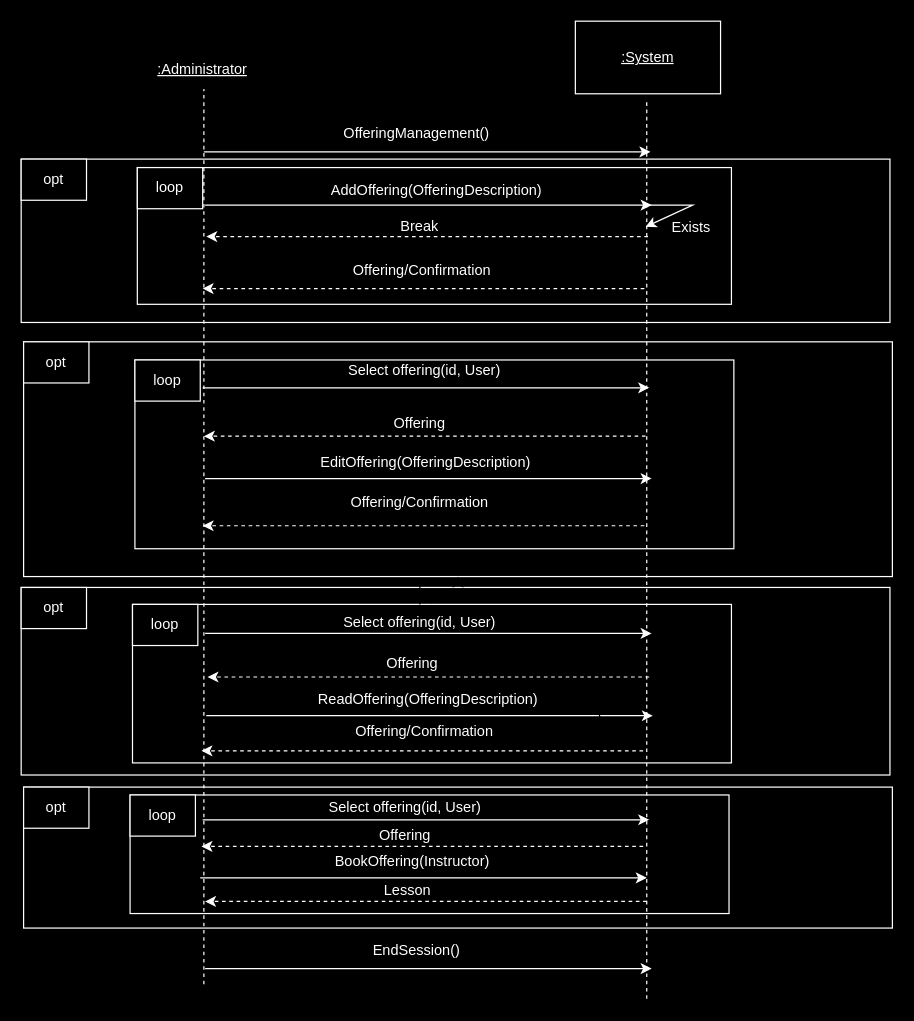
Above: Use Case 1/ssd_ProccessOfferings.drawio in matdavid7272/342project (draw.io), before the change. Source tidied: cells renumbered, new cells numbered last; positions are measured from the earlier drawing's top-left corner, leaving out a move shared by most shapes. Both pictures are drawn from the tidied source at 121%, with x=0, y=0 at pixel (21, 21).
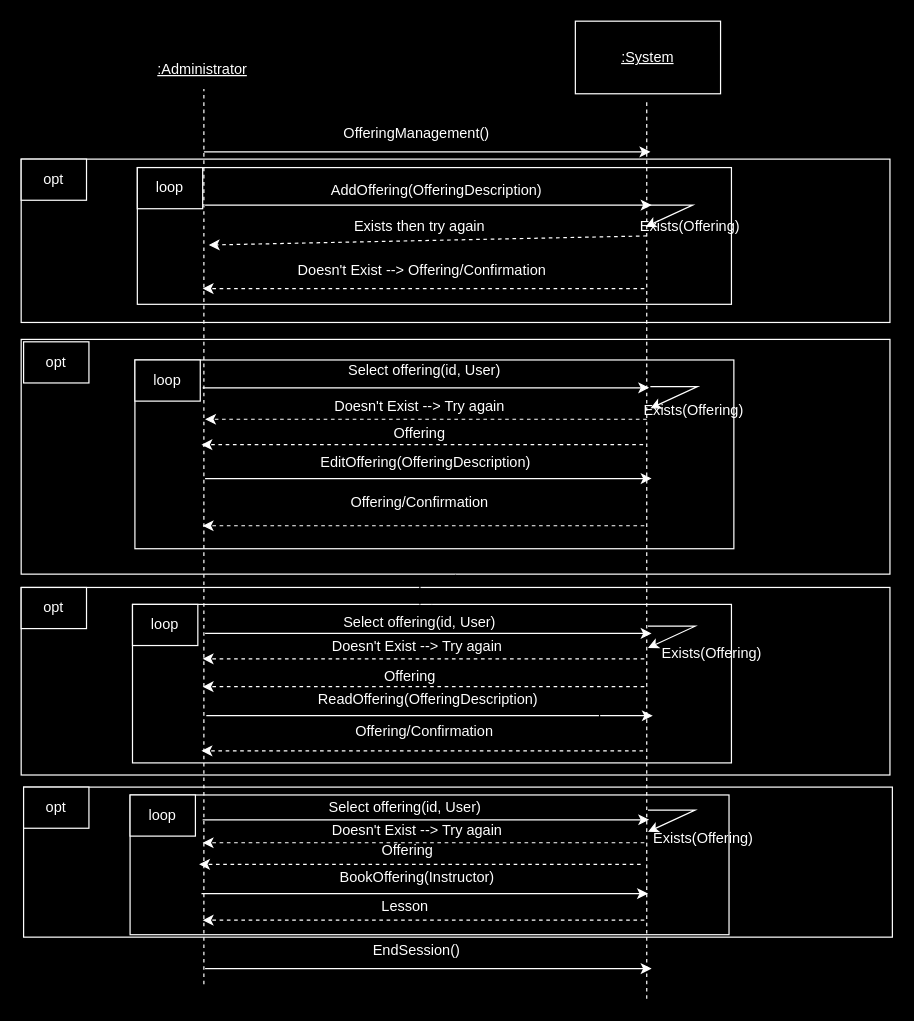
The same diagram, later.

The edit, as a diff of the source:
```diff
@@
     <mxCell id="2" style="rounded=0;whiteSpace=wrap;html=1;fillColor=#000000;strokeColor=#FFFFFF;" parent="1" vertex="1">
-      <mxGeometry x="2" y="633" width="718" height="116.5" as="geometry" />
+      <mxGeometry x="2" y="633" width="718" height="124" as="geometry" />
     </mxCell>
     <mxCell id="3" style="rounded=0;whiteSpace=wrap;html=1;fillColor=#000000;strokeColor=#FFFFFF;" parent="1" vertex="1">
-      <mxGeometry x="90" y="639.5" width="495" height="98" as="geometry" />
+      <mxGeometry x="90" y="639.5" width="495" height="115.5" as="geometry" />
     </mxCell>
     <mxCell id="4" value="&lt;font color=&quot;#ffffff&quot;&gt;BookOffering(Instructor)&lt;/font&gt;" style="text;html=1;align=center;verticalAlign=middle;whiteSpace=wrap;rounded=0;" parent="1" vertex="1">
-      <mxGeometry x="202" y="680" width="243" height="30" as="geometry" />
+      <mxGeometry x="205.5" y="693" width="243" height="30" as="geometry" />
     </mxCell>
     <mxCell id="5" style="endArrow=classic;html=1;rounded=0;strokeColor=#FFFFFF;" parent="1" edge="1">
       <mxGeometry relative="1" as="geometry">
-        <mxPoint x="148" y="708" as="sourcePoint" />
-        <mxPoint x="517" y="708" as="targetPoint" />
+        <mxPoint x="149" y="721" as="sourcePoint" />
+        <mxPoint x="518" y="721" as="targetPoint" />
       </mxGeometry>
     </mxCell>
     <mxCell id="6" style="endArrow=classic;html=1;rounded=0;strokeColor=#FFFFFF;dashed=1;" parent="1" edge="1">
       <mxGeometry relative="1" as="geometry">
-        <mxPoint x="517" y="727.5" as="sourcePoint" />
-        <mxPoint x="152" y="727.5" as="targetPoint" />
+        <mxPoint x="515" y="743" as="sourcePoint" />
+        <mxPoint x="150" y="743" as="targetPoint" />
       </mxGeometry>
     </mxCell>
     <mxCell id="7" value="&lt;font style=&quot;background-color: rgb(0, 0, 0);&quot; color=&quot;#ffffff&quot;&gt;Lesson&lt;/font&gt;" style="text;html=1;align=center;verticalAlign=middle;whiteSpace=wrap;rounded=0;" parent="1" vertex="1">
-      <mxGeometry x="198" y="703.5" width="243" height="30" as="geometry" />
+      <mxGeometry x="196" y="717" width="243" height="30" as="geometry" />
     </mxCell>
@@
     <mxCell id="19" style="rounded=0;whiteSpace=wrap;html=1;fillColor=#000000;strokeColor=#FFFFFF;" parent="1" vertex="1">
-      <mxGeometry x="2" y="265" width="718" height="194" as="geometry" />
+      <mxGeometry y="263" width="718" height="194" as="geometry" />
     </mxCell>
@@
-    <mxCell id="39" value="&lt;font style=&quot;background-color: rgb(0, 0, 0);&quot; color=&quot;#ffffff&quot;&gt;Offering/Confirmation&lt;/font&gt;" style="text;html=1;align=center;verticalAlign=middle;whiteSpace=wrap;rounded=0;" parent="1" vertex="1">
+    <mxCell id="39" value="&lt;font style=&quot;background-color: rgb(0, 0, 0);&quot; color=&quot;#ffffff&quot;&gt;Doesn't Exist --&amp;gt; Offering/Confirmation&lt;/font&gt;" style="text;html=1;align=center;verticalAlign=middle;whiteSpace=wrap;rounded=0;" parent="1" vertex="1">
       <mxGeometry x="210" y="191" width="243" height="30" as="geometry" />
     </mxCell>
@@
     <mxCell id="46" style="endArrow=classic;html=1;rounded=0;strokeColor=#FFFFFF;dashed=1;" parent="1" edge="1">
       <mxGeometry relative="1" as="geometry">
-        <mxPoint x="516" y="343" as="sourcePoint" />
-        <mxPoint x="151" y="343" as="targetPoint" />
+        <mxPoint x="514" y="350" as="sourcePoint" />
+        <mxPoint x="149" y="350" as="targetPoint" />
       </mxGeometry>
     </mxCell>
     <mxCell id="47" value="&lt;font color=&quot;#ffffff&quot;&gt;Offering&lt;/font&gt;" style="text;html=1;align=center;verticalAlign=middle;whiteSpace=wrap;rounded=0;" parent="1" vertex="1">
-      <mxGeometry x="208" y="318" width="243" height="30" as="geometry" />
+      <mxGeometry x="208" y="326" width="243" height="30" as="geometry" />
     </mxCell>
@@
     <mxCell id="49" style="endArrow=classic;html=1;rounded=0;strokeColor=#FFFFFF;dashed=1;" parent="1" edge="1">
       <mxGeometry relative="1" as="geometry">
-        <mxPoint x="519" y="542" as="sourcePoint" />
-        <mxPoint x="154" y="542" as="targetPoint" />
+        <mxPoint x="515" y="550" as="sourcePoint" />
+        <mxPoint x="150" y="550" as="targetPoint" />
       </mxGeometry>
     </mxCell>
@@
     <mxCell id="52" value="&lt;font color=&quot;#ffffff&quot;&gt;Offering&lt;/font&gt;" style="text;html=1;align=center;verticalAlign=middle;whiteSpace=wrap;rounded=0;" parent="1" vertex="1">
-      <mxGeometry x="202" y="516" width="243" height="30" as="geometry" />
+      <mxGeometry x="200" y="527" width="243" height="30" as="geometry" />
     </mxCell>
@@
     <mxCell id="54" style="endArrow=classic;html=1;rounded=0;strokeColor=#FFFFFF;dashed=1;" parent="1" edge="1">
       <mxGeometry relative="1" as="geometry">
-        <mxPoint x="514" y="682" as="sourcePoint" />
-        <mxPoint x="149" y="682" as="targetPoint" />
+        <mxPoint x="512" y="696.8" as="sourcePoint" />
+        <mxPoint x="147" y="696.8" as="targetPoint" />
       </mxGeometry>
     </mxCell>
     <mxCell id="55" value="&lt;font color=&quot;#ffffff&quot;&gt;Offering&lt;/font&gt;" style="text;html=1;align=center;verticalAlign=middle;whiteSpace=wrap;rounded=0;" parent="1" vertex="1">
-      <mxGeometry x="196" y="658" width="243" height="30" as="geometry" />
+      <mxGeometry x="198" y="671" width="243" height="30" as="geometry" />
     </mxCell>
@@
-    <mxCell id="58" value="&lt;font color=&quot;#ffffff&quot;&gt;Exists&lt;/font&gt;" style="text;html=1;align=center;verticalAlign=middle;whiteSpace=wrap;rounded=0;" parent="1" vertex="1">
-      <mxGeometry x="510" y="153" width="88" height="35" as="geometry" />
+    <mxCell id="58" value="&lt;font color=&quot;#ffffff&quot;&gt;Exists(Offering)&lt;/font&gt;" style="text;html=1;align=center;verticalAlign=middle;whiteSpace=wrap;rounded=0;" parent="1" vertex="1">
+      <mxGeometry x="509" y="152.5" width="88" height="35" as="geometry" />
     </mxCell>
     <mxCell id="59" style="endArrow=classic;html=1;rounded=0;strokeColor=#FFFFFF;dashed=1;exitX=0.091;exitY=0.714;exitDx=0;exitDy=0;exitPerimeter=0;" parent="1" edge="1" source="58">
       <mxGeometry relative="1" as="geometry">
-        <mxPoint x="153" y="178" as="targetPoint" />
+        <mxPoint x="155" y="185" as="targetPoint" />
       </mxGeometry>
     </mxCell>
-    <mxCell id="60" value="&lt;font style=&quot;background-color: rgb(0, 0, 0);&quot; color=&quot;#ffffff&quot;&gt;Break&lt;/font&gt;" style="text;html=1;align=center;verticalAlign=middle;whiteSpace=wrap;rounded=0;" parent="1" vertex="1">
+    <mxCell id="60" value="&lt;font style=&quot;background-color: rgb(0, 0, 0);&quot; color=&quot;#ffffff&quot;&gt;Exists then try again&lt;/font&gt;" style="text;html=1;align=center;verticalAlign=middle;whiteSpace=wrap;rounded=0;" parent="1" vertex="1">
       <mxGeometry x="208" y="155" width="243" height="30" as="geometry" />
     </mxCell>
+    <mxCell id="61" value="&lt;span style=&quot;color: rgb(255, 255, 255);&quot;&gt;Exists(Offering)&lt;/span&gt;" style="text;html=1;align=center;verticalAlign=middle;whiteSpace=wrap;rounded=0;" parent="1" vertex="1">
+      <mxGeometry x="512" y="304" width="88" height="35" as="geometry" />
+    </mxCell>
+    <mxCell id="62" style="endArrow=classic;html=1;rounded=0;strokeColor=#FFFFFF;" parent="1" edge="1">
+      <mxGeometry relative="1" as="geometry">
+        <mxPoint x="520" y="302" as="sourcePoint" />
+        <mxPoint x="520" y="320" as="targetPoint" />
+        <Array as="points">
+          <mxPoint x="559" y="302" />
+        </Array>
+      </mxGeometry>
+    </mxCell>
+    <mxCell id="63" style="endArrow=classic;html=1;rounded=0;strokeColor=#FFFFFF;dashed=1;" parent="1" edge="1">
+      <mxGeometry relative="1" as="geometry">
+        <mxPoint x="517" y="329" as="sourcePoint" />
+        <mxPoint x="152" y="329" as="targetPoint" />
+      </mxGeometry>
+    </mxCell>
+    <mxCell id="64" value="&lt;font color=&quot;#ffffff&quot;&gt;Doesn't Exist --&amp;gt; Try again&lt;/font&gt;" style="text;html=1;align=center;verticalAlign=middle;whiteSpace=wrap;rounded=0;" parent="1" vertex="1">
+      <mxGeometry x="208" y="304" width="243" height="30" as="geometry" />
+    </mxCell>
+    <mxCell id="65" style="endArrow=classic;html=1;rounded=0;strokeColor=#FFFFFF;" parent="1" edge="1">
+      <mxGeometry relative="1" as="geometry">
+        <mxPoint x="518" y="652" as="sourcePoint" />
+        <mxPoint x="518" y="670" as="targetPoint" />
+        <Array as="points">
+          <mxPoint x="557" y="652" />
+        </Array>
+      </mxGeometry>
+    </mxCell>
+    <mxCell id="66" style="endArrow=classic;html=1;rounded=0;strokeColor=#FFFFFF;dashed=1;" parent="1" edge="1">
+      <mxGeometry relative="1" as="geometry">
+        <mxPoint x="515" y="679" as="sourcePoint" />
+        <mxPoint x="150" y="679" as="targetPoint" />
+      </mxGeometry>
+    </mxCell>
+    <mxCell id="67" value="&lt;font color=&quot;#ffffff&quot;&gt;Doesn't Exist --&amp;gt; Try again&lt;/font&gt;" style="text;html=1;align=center;verticalAlign=middle;whiteSpace=wrap;rounded=0;" parent="1" vertex="1">
+      <mxGeometry x="206" y="654" width="243" height="30" as="geometry" />
+    </mxCell>
+    <mxCell id="68" style="endArrow=classic;html=1;rounded=0;strokeColor=#FFFFFF;" parent="1" edge="1">
+      <mxGeometry relative="1" as="geometry">
+        <mxPoint x="518" y="500" as="sourcePoint" />
+        <mxPoint x="518" y="518" as="targetPoint" />
+        <Array as="points">
+          <mxPoint x="557" y="500" />
+        </Array>
+      </mxGeometry>
+    </mxCell>
+    <mxCell id="69" style="endArrow=classic;html=1;rounded=0;strokeColor=#FFFFFF;dashed=1;" parent="1" edge="1">
+      <mxGeometry relative="1" as="geometry">
+        <mxPoint x="515" y="527" as="sourcePoint" />
+        <mxPoint x="150" y="527" as="targetPoint" />
+      </mxGeometry>
+    </mxCell>
+    <mxCell id="70" value="&lt;font color=&quot;#ffffff&quot;&gt;Doesn't Exist --&amp;gt; Try again&lt;/font&gt;" style="text;html=1;align=center;verticalAlign=middle;whiteSpace=wrap;rounded=0;" parent="1" vertex="1">
+      <mxGeometry x="206" y="502" width="243" height="30" as="geometry" />
+    </mxCell>
+    <mxCell id="71" value="&lt;span style=&quot;color: rgb(255, 255, 255);&quot;&gt;Exists(Offering)&lt;/span&gt;" style="text;html=1;align=center;verticalAlign=middle;whiteSpace=wrap;rounded=0;" parent="1" vertex="1">
+      <mxGeometry x="527" y="505" width="88" height="35" as="geometry" />
+    </mxCell>
+    <mxCell id="72" value="&lt;span style=&quot;color: rgb(255, 255, 255);&quot;&gt;Exists(Offering)&lt;/span&gt;" style="text;html=1;align=center;verticalAlign=middle;whiteSpace=wrap;rounded=0;" parent="1" vertex="1">
+      <mxGeometry x="520" y="658" width="88" height="35" as="geometry" />
+    </mxCell>
```
